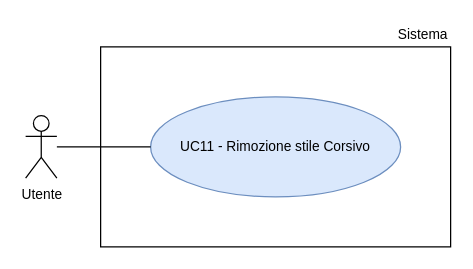
The draw.io diagram RTB/doc_esterna/analisi-dei-requisiti/assets/draw.io/UC11.drawio in thebitless-group-swe/thebitless.github.io, before the edit. Source tidied: cells renumbered, new cells numbered last; positions are measured from the earlier drawing's top-left corner, leaving out a move shared by most shapes. Both pictures are drawn from the tidied source at 125%, with x=0, y=0 at pixel (25, 21).
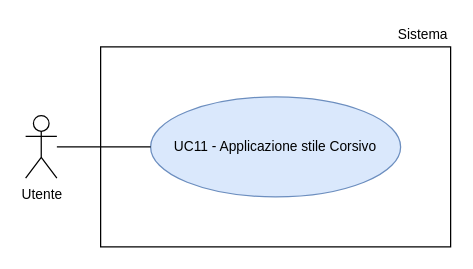
The same page after the edit.

Diff of the diagram source:
```diff
@@
 <mxGraphModel>
   <root>
     <mxCell id="0" />
     <mxCell id="1" parent="0" />
     <mxCell id="2" value="Utente" style="shape=umlActor;verticalLabelPosition=bottom;verticalAlign=top;html=1;outlineConnect=0;fontSize=11;" parent="1" vertex="1">
       <mxGeometry y="75" width="25" height="50" as="geometry" />
     </mxCell>
     <mxCell id="3" style="rounded=0;whiteSpace=wrap;html=1;strokeWidth=1;" parent="1" vertex="1">
       <mxGeometry x="60" y="20" width="280" height="160" as="geometry" />
     </mxCell>
     <mxCell id="4" value="Sistema" style="text;html=1;whiteSpace=wrap;strokeColor=none;fillColor=none;align=right;verticalAlign=middle;fontSize=11;" parent="1" vertex="1">
       <mxGeometry x="270" width="70" height="20" as="geometry" />
     </mxCell>
-    <mxCell id="5" value="UC11 - Rimozione stile Corsivo" style="ellipse;whiteSpace=wrap;html=1;fillColor=#dae8fc;strokeColor=#6c8ebf;fontSize=11;" parent="1" vertex="1">
+    <mxCell id="5" value="UC11 - Applicazione stile Corsivo" style="ellipse;whiteSpace=wrap;html=1;fillColor=#dae8fc;strokeColor=#6c8ebf;fontSize=11;" parent="1" vertex="1">
       <mxGeometry x="100" y="60" width="200" height="80" as="geometry" />
     </mxCell>
     <mxCell id="6" style="edgeStyle=none;rounded=0;jettySize=auto;html=1;endArrow=none;endFill=0;" parent="1" edge="1" source="2" target="5">
       <mxGeometry relative="1" as="geometry" />
     </mxCell>
   </root>
 </mxGraphModel>
```
